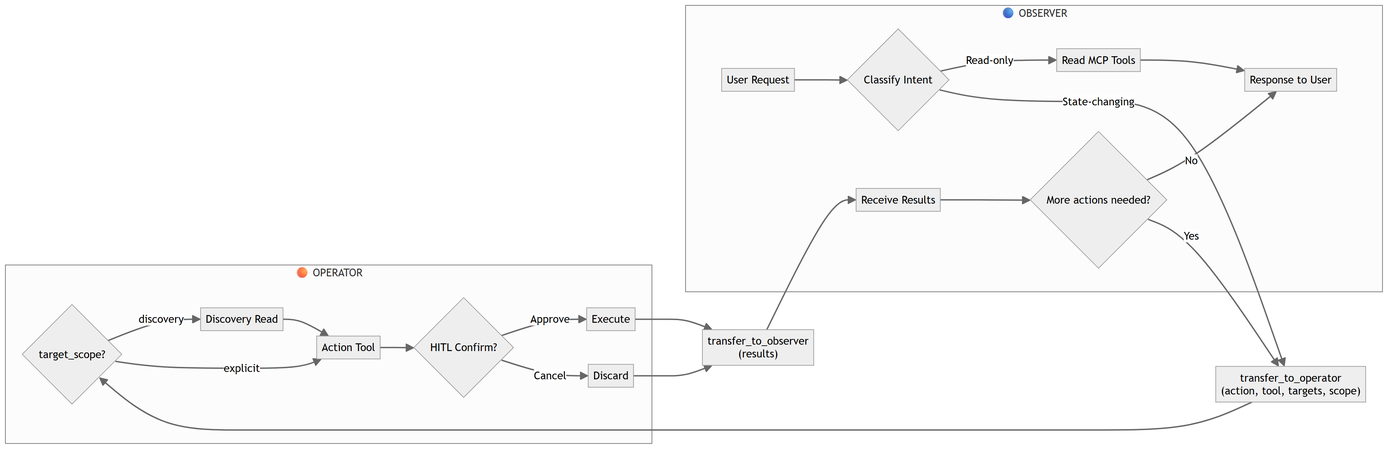
Before: report/images/observer_operator_flow.png, a diagram exported from Mermaid (DanhNguyennene/capstone_project_final). Its source is kept beside it as report/observer_operator_flow.mmd. The source it was exported from:
```mermaid
graph LR
    subgraph OBSERVER["🔵 OBSERVER"]
        direction TB
        A[User Request] --> B{Classify Intent}
        B -->|Read-only| C[Read MCP Tools]
        C --> R[Response to User]
        L2[Receive Results] --> B2{More actions needed?}
        B2 -->|No| R
    end

    subgraph OPERATOR["🟠 OPERATOR"]
        direction TB
        E{target_scope?}
        E -->|discovery| F[Discovery Read]
        F --> G[Action Tool]
        E -->|explicit| G
        G --> H{HITL Confirm?}
        H -->|Approve| I[Execute]
        H -->|Cancel| J[Discard]
    end

    B -->|"State-changing"| D["transfer_to_operator<br/>(action, tool, targets, scope)"]
    D --> E
    I --> L["transfer_to_observer<br/>(results)"]
    J --> L
    L --> L2
    B2 -->|"Yes"| D
```
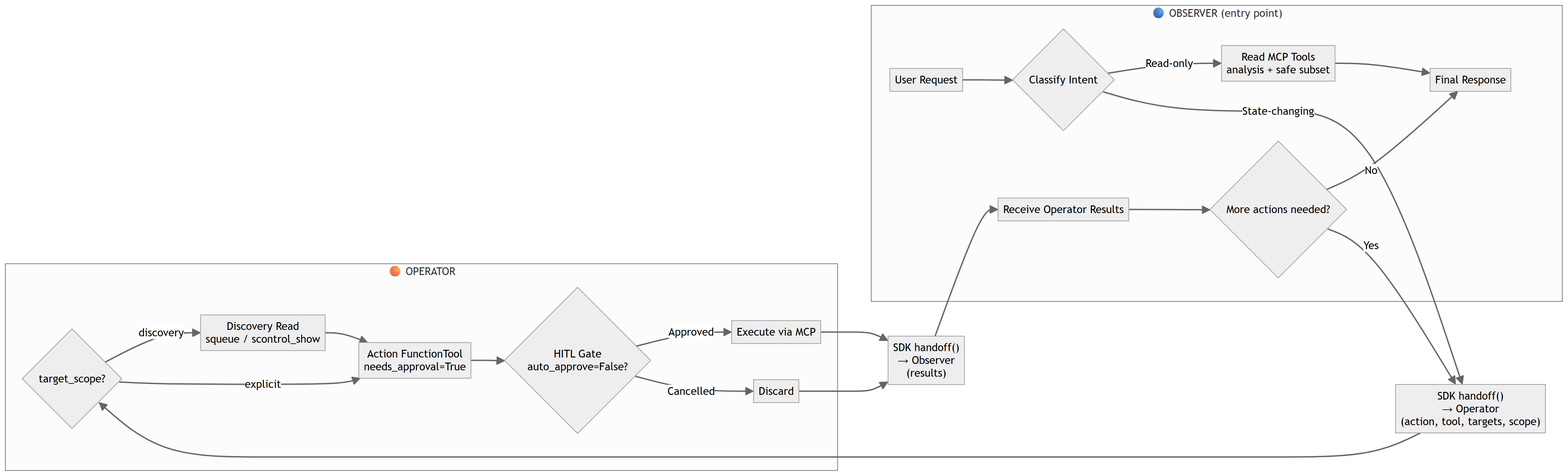
The same diagram one commit later.

Commit message:
report: update ch4 diagrams + captions to match actual SDK handoff architecture

The edit, as a diff of the source:
```diff
@@ -1,27 +1,27 @@
 graph LR
-    subgraph OBSERVER["🔵 OBSERVER"]
+    subgraph OBSERVER["🔵 OBSERVER (entry point)"]
         direction TB
         A[User Request] --> B{Classify Intent}
-        B -->|Read-only| C[Read MCP Tools]
-        C --> R[Response to User]
-        L2[Receive Results] --> B2{More actions needed?}
+        B -->|Read-only| C[Read MCP Tools\nanalysis + safe subset]
+        C --> R[Final Response]
+        L2[Receive Operator Results] --> B2{More actions needed?}
         B2 -->|No| R
     end
 
     subgraph OPERATOR["🟠 OPERATOR"]
         direction TB
         E{target_scope?}
-        E -->|discovery| F[Discovery Read]
-        F --> G[Action Tool]
+        E -->|discovery| F[Discovery Read\nsqueue / scontrol_show]
+        F --> G[Action FunctionTool\nneeds_approval=True]
         E -->|explicit| G
-        G --> H{HITL Confirm?}
-        H -->|Approve| I[Execute]
-        H -->|Cancel| J[Discard]
+        G --> H{HITL Gate\nauto_approve=False?}
+        H -->|Approved| I[Execute via MCP]
+        H -->|Cancelled| J[Discard]
     end
 
-    B -->|"State-changing"| D["transfer_to_operator<br/>(action, tool, targets, scope)"]
+    B -->|"State-changing"| D["SDK handoff()\n→ Operator\n(action, tool, targets, scope)"]
     D --> E
-    I --> L["transfer_to_observer<br/>(results)"]
+    I --> L["SDK handoff()\n→ Observer\n(results)"]
     J --> L
     L --> L2
     B2 -->|"Yes"| D
```
